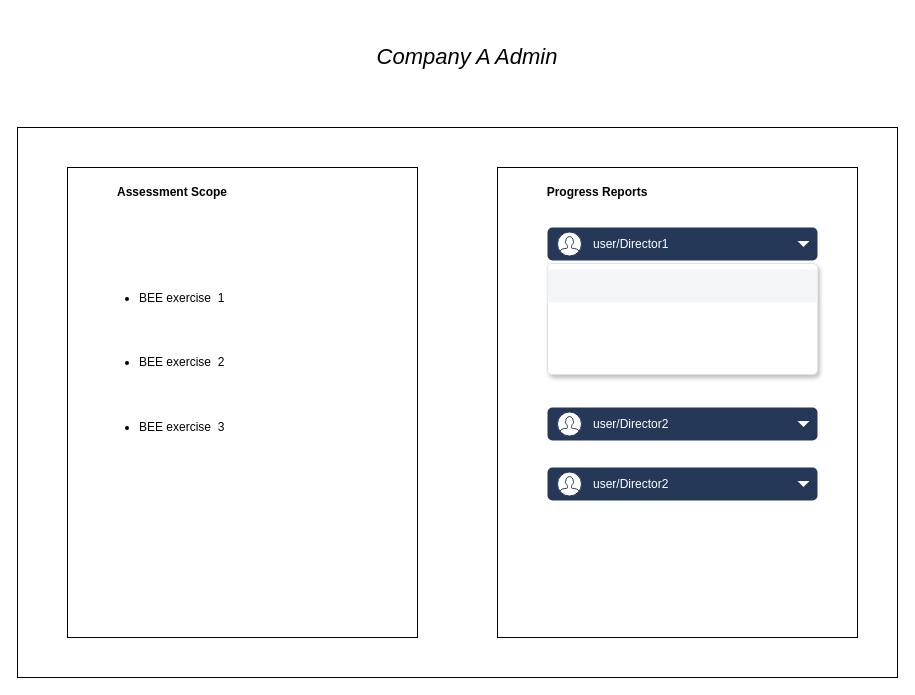
Above: WireFrame.drawio in TahaKPMGBlockchain/carbon (draw.io), before the change. Source tidied: cells renumbered, new cells numbered last; positions are measured from the earlier drawing's top-left corner, leaving out a move shared by most shapes. Both pictures are drawn from the tidied source at 100%, with x=0, y=0 at pixel (17, 17).
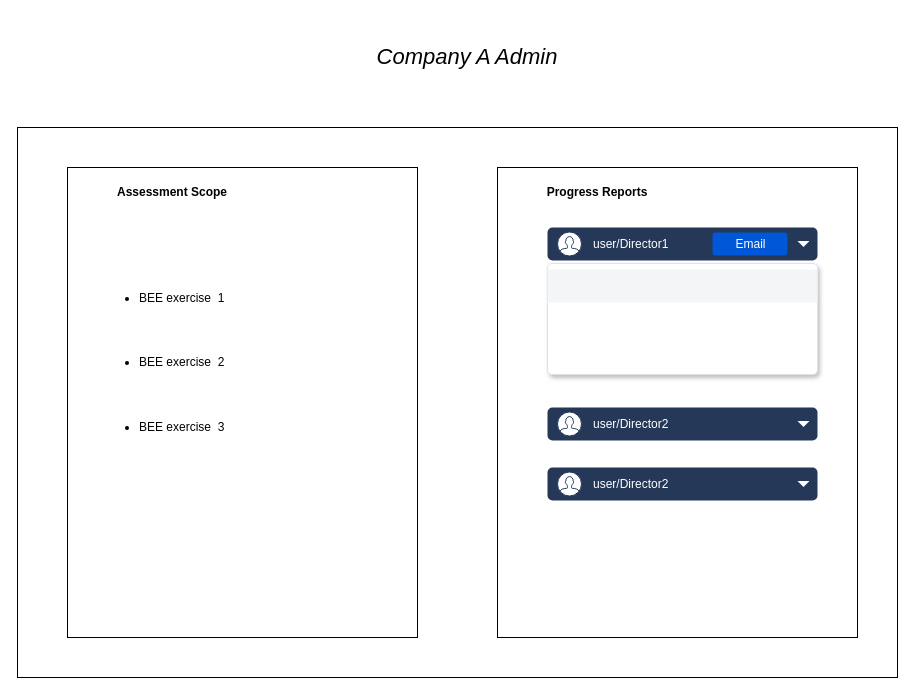
The same diagram, later.

The change refers to these unchanged cells:
```xml
<mxCell id="9" style="rounded=1;fillColor=#253858;strokeColor=none;html=1;fontSize=12;" parent="1" vertex="1">
  <mxGeometry x="530" y="210" width="270" height="33" as="geometry" />
</mxCell>
```

What changed in the source:
```diff
@@
+    <mxCell id="20" value="Email" style="rounded=1;fillColor=#0057D8;align=center;strokeColor=none;html=1;fontColor=#ffffff;fontSize=12;sketch=0;" parent="9" vertex="1">
+      <mxGeometry x="165" y="5" width="75" height="23" as="geometry" />
+    </mxCell>
```
